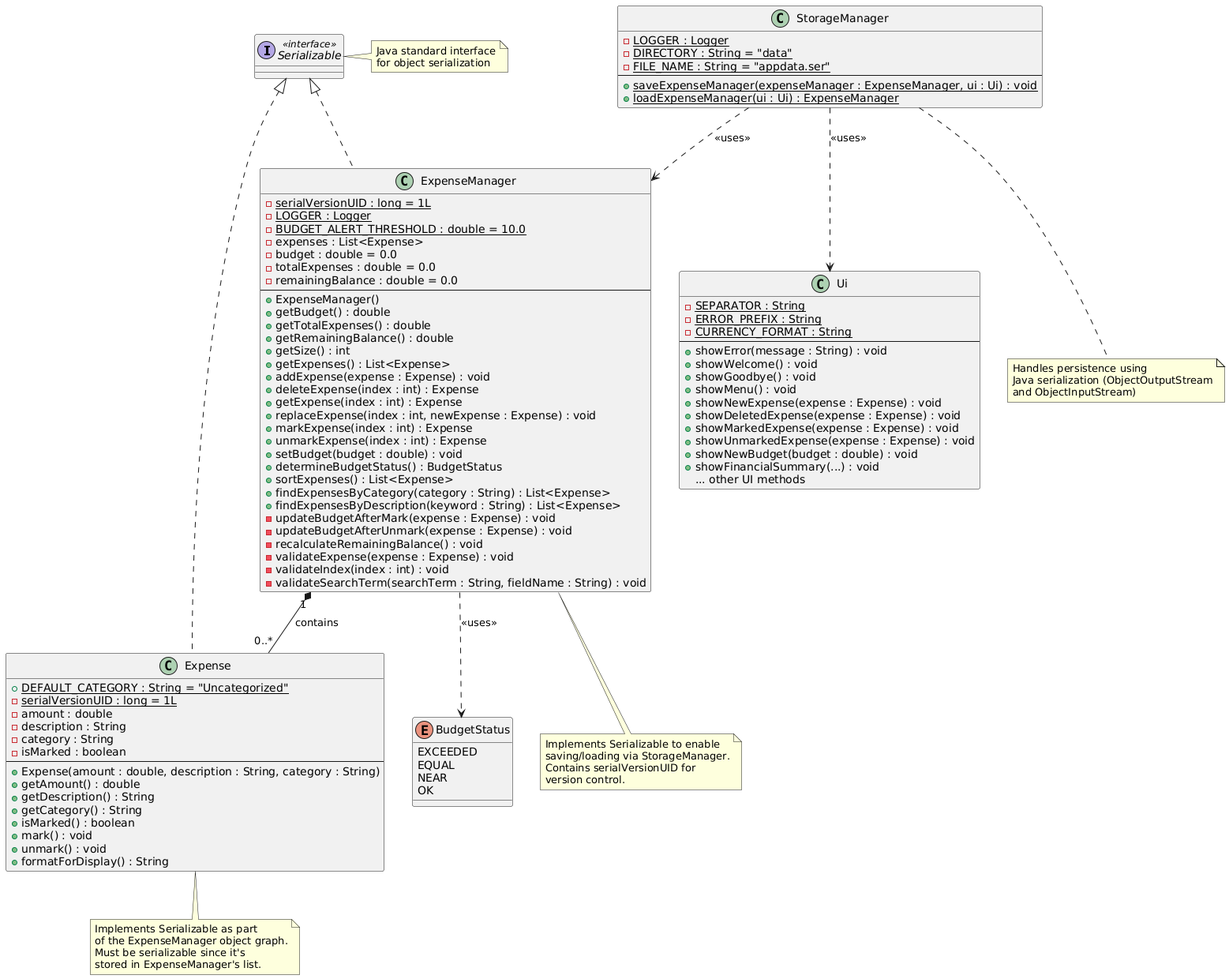
This is docs/images/storage-component-class.png from aydrienlaw/tp, a PlantUML export, as it was before one commit.
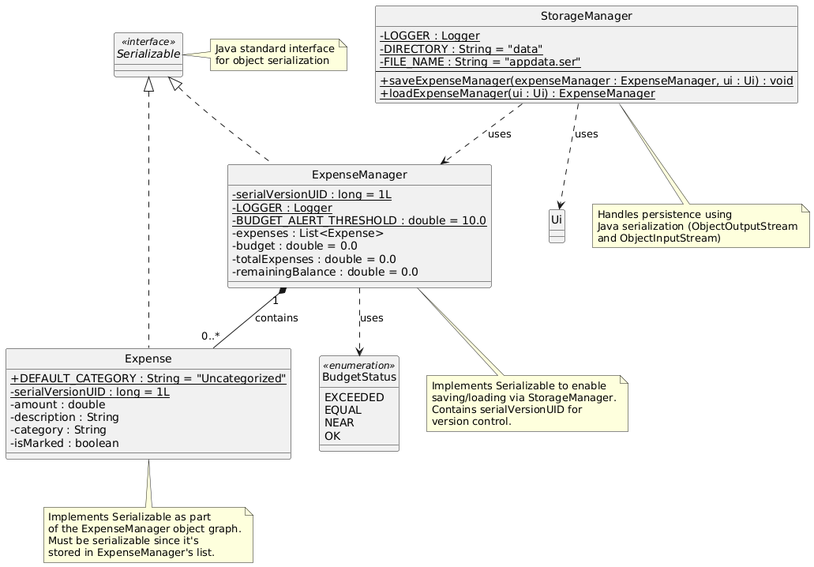
The same diagram one commit later.

Diff of the diagram source:
```diff
@@ -1,4 +1,7 @@
 @startuml
+hide circle
+skinparam classAttributeIconSize 0
+
 interface Serializable <<interface>> {
 }
 
@@ -19,30 +22,6 @@
   - budget : double = 0.0
   - totalExpenses : double = 0.0
   - remainingBalance : double = 0.0
-  --
-  + ExpenseManager()
-  + getBudget() : double
-  + getTotalExpenses() : double
-  + getRemainingBalance() : double
-  + getSize() : int
-  + getExpenses() : List<Expense>
-  + addExpense(expense : Expense) : void
-  + deleteExpense(index : int) : Expense
-  + getExpense(index : int) : Expense
-  + replaceExpense(index : int, newExpense : Expense) : void
-  + markExpense(index : int) : Expense
-  + unmarkExpense(index : int) : Expense
-  + setBudget(budget : double) : void
-  + determineBudgetStatus() : BudgetStatus
-  + sortExpenses() : List<Expense>
-  + findExpensesByCategory(category : String) : List<Expense>
-  + findExpensesByDescription(keyword : String) : List<Expense>
-  - updateBudgetAfterMark(expense : Expense) : void
-  - updateBudgetAfterUnmark(expense : Expense) : void
-  - recalculateRemainingBalance() : void
-  - validateExpense(expense : Expense) : void
-  - validateIndex(index : int) : void
-  - validateSearchTerm(searchTerm : String, fieldName : String) : void
 }
 
 class Expense implements Serializable {
@@ -52,46 +31,22 @@
   - description : String
   - category : String
   - isMarked : boolean
-  --
-  + Expense(amount : double, description : String, category : String)
-  + getAmount() : double
-  + getDescription() : String
-  + getCategory() : String
-  + isMarked() : boolean
-  + mark() : void
-  + unmark() : void
-  + formatForDisplay() : String
 }
 
 class Ui {
-  - {static} SEPARATOR : String
-  - {static} ERROR_PREFIX : String
-  - {static} CURRENCY_FORMAT : String
-  --
-  + showError(message : String) : void
-  + showWelcome() : void
-  + showGoodbye() : void
-  + showMenu() : void
-  + showNewExpense(expense : Expense) : void
-  + showDeletedExpense(expense : Expense) : void
-  + showMarkedExpense(expense : Expense) : void
-  + showUnmarkedExpense(expense : Expense) : void
-  + showNewBudget(budget : double) : void
-  + showFinancialSummary(...) : void
-  {method} ... other UI methods
 }
 
-enum BudgetStatus {
+enum BudgetStatus <<enumeration>> {
   EXCEEDED
   EQUAL
   NEAR
   OK
 }
 
-StorageManager ..> ExpenseManager : <<uses>>
-StorageManager ..> Ui : <<uses>>
+StorageManager ..> ExpenseManager : uses
+StorageManager ..> Ui : uses
 ExpenseManager "1" *-- "0..*" Expense : contains
-ExpenseManager ..> BudgetStatus : <<uses>>
+ExpenseManager ..> BudgetStatus : uses
 
 note right of Serializable
   Java standard interface
```
